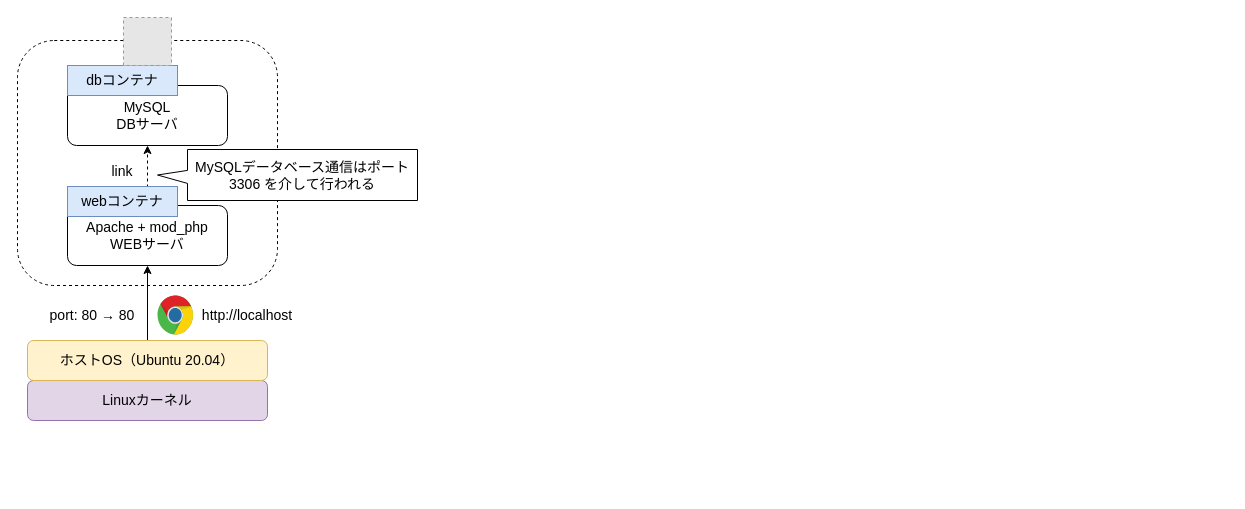
The draw.io diagram 02-docker/training/img/docker.drawio in amenoyoya/server-manual, before the edit. Source tidied: cells renumbered, new cells numbered last; positions are measured from the earlier drawing's top-left corner, leaving out a move shared by most shapes. Both pictures are drawn from the tidied source at 100%, with x=0, y=0 at pixel (17, 17). Pictures stored in the file or linked from it are replaced by grey dashed boxes.
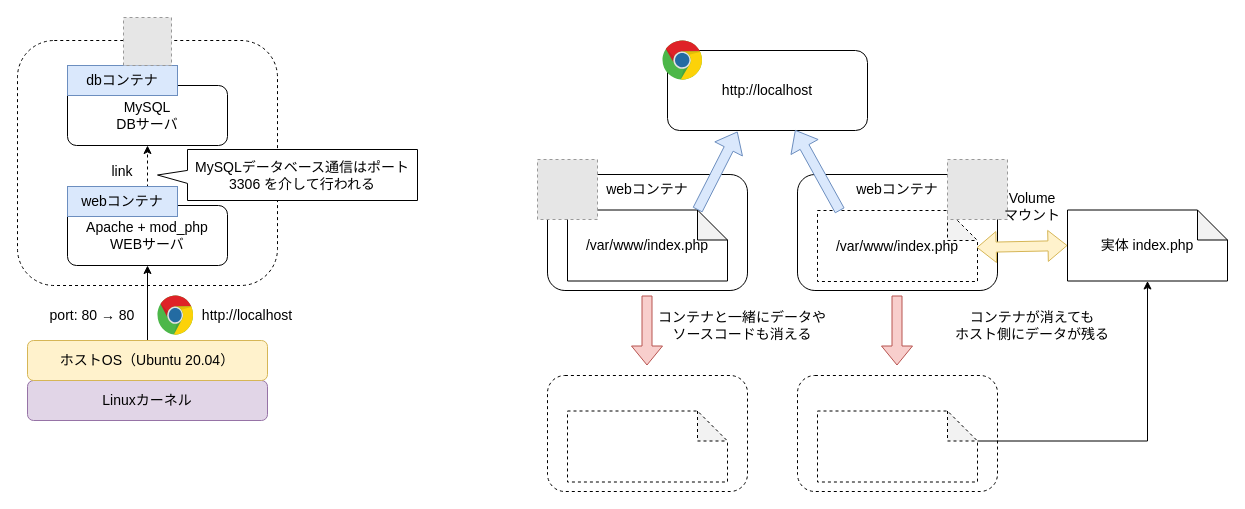
After the change.

Diff of the diagram source:
```diff
@@
+    <mxCell id="17" style="rounded=1;whiteSpace=wrap;html=1;" parent="1" vertex="1">
+      <mxGeometry x="530" y="157" width="200" height="116" as="geometry" />
+    </mxCell>
+    <mxCell id="18" value="webコンテナ" style="text;html=1;strokeColor=none;fillColor=none;align=center;verticalAlign=middle;whiteSpace=wrap;rounded=0;fontSize=14;" parent="1" vertex="1">
+      <mxGeometry x="575" y="157" width="110" height="30" as="geometry" />
+    </mxCell>
+    <mxCell id="19" value="/var/www/index.php" style="shape=note;whiteSpace=wrap;html=1;backgroundOutline=1;darkOpacity=0.05;fontSize=14;" parent="1" vertex="1">
+      <mxGeometry x="550" y="192.5" width="160" height="71" as="geometry" />
+    </mxCell>
+    <mxCell id="20" style="fillColor=#E6E6E6;strokeColor=#999999;dashed=1;html=1;verticalAlign=top;verticalLabelPosition=bottom;labelBackgroundColor=#ffffff;fontSize=14;" parent="1" vertex="1">
+      <mxGeometry x="520" y="142" width="60" height="60" as="geometry" />
+    </mxCell>
+    <mxCell id="21" style="rounded=1;whiteSpace=wrap;html=1;" parent="1" vertex="1">
+      <mxGeometry x="780" y="157" width="200" height="116" as="geometry" />
+    </mxCell>
+    <mxCell id="22" value="webコンテナ" style="text;html=1;strokeColor=none;fillColor=none;align=center;verticalAlign=middle;whiteSpace=wrap;rounded=0;fontSize=14;" parent="1" vertex="1">
+      <mxGeometry x="825" y="157" width="110" height="30" as="geometry" />
+    </mxCell>
+    <mxCell id="23" value="/var/www/index.php" style="shape=note;whiteSpace=wrap;html=1;backgroundOutline=1;darkOpacity=0.05;fontSize=14;dashed=1;" parent="1" vertex="1">
+      <mxGeometry x="800" y="193" width="160" height="71" as="geometry" />
+    </mxCell>
+    <mxCell id="24" style="fillColor=#E6E6E6;strokeColor=#999999;dashed=1;html=1;verticalAlign=top;verticalLabelPosition=bottom;labelBackgroundColor=#ffffff;fontSize=14;" parent="1" vertex="1">
+      <mxGeometry x="930" y="142" width="60" height="60" as="geometry" />
+    </mxCell>
+    <mxCell id="25" value="http://localhost" style="rounded=1;whiteSpace=wrap;html=1;fontSize=14;" parent="1" vertex="1">
+      <mxGeometry x="650" y="33" width="200" height="80" as="geometry" />
+    </mxCell>
+    <mxCell id="26" style="dashed=0;html=1;align=center;labelPosition=center;verticalLabelPosition=bottom;verticalAlign=top;shape=mxgraph.weblogos.chrome;fontSize=14;" parent="1" vertex="1">
+      <mxGeometry x="645" y="23" width="40" height="40" as="geometry" />
+    </mxCell>
+    <mxCell id="27" style="shape=flexArrow;endArrow=classic;html=1;fontSize=14;exitX=0;exitY=0;exitDx=130;exitDy=0;exitPerimeter=0;entryX=0.35;entryY=1.013;entryDx=0;entryDy=0;entryPerimeter=0;fillColor=#dae8fc;strokeColor=#6c8ebf;" parent="1" edge="1" source="19" target="25">
+      <mxGeometry relative="1" as="geometry" />
+    </mxCell>
+    <mxCell id="28" style="shape=flexArrow;endArrow=classic;html=1;fontSize=14;entryX=0.638;entryY=0.993;entryDx=0;entryDy=0;entryPerimeter=0;exitX=0.14;exitY=0.004;exitDx=0;exitDy=0;exitPerimeter=0;fillColor=#dae8fc;strokeColor=#6c8ebf;" parent="1" edge="1" source="23" target="25">
+      <mxGeometry relative="1" as="geometry" />
+    </mxCell>
+    <mxCell id="29" value="実体 index.php" style="shape=note;whiteSpace=wrap;html=1;backgroundOutline=1;darkOpacity=0.05;fontSize=14;" parent="1" vertex="1">
+      <mxGeometry x="1050" y="192.5" width="160" height="71" as="geometry" />
+    </mxCell>
+    <mxCell id="30" style="shape=flexArrow;endArrow=classic;startArrow=classic;html=1;fontSize=14;exitX=0.995;exitY=0.521;exitDx=0;exitDy=0;exitPerimeter=0;entryX=0;entryY=0.5;entryDx=0;entryDy=0;entryPerimeter=0;fillColor=#fff2cc;strokeColor=#d6b656;" parent="1" edge="1" source="23" target="29">
+      <mxGeometry relative="1" as="geometry" />
+    </mxCell>
+    <mxCell id="31" value="Volume&lt;br&gt;マウント" style="text;html=1;strokeColor=none;fillColor=none;align=center;verticalAlign=middle;whiteSpace=wrap;rounded=0;fontSize=14;" parent="1" vertex="1">
+      <mxGeometry x="980" y="157" width="70" height="64" as="geometry" />
+    </mxCell>
+    <mxCell id="32" style="rounded=1;whiteSpace=wrap;html=1;dashed=1;" parent="1" vertex="1">
+      <mxGeometry x="530" y="358" width="200" height="116" as="geometry" />
+    </mxCell>
+    <mxCell id="33" style="shape=note;whiteSpace=wrap;html=1;backgroundOutline=1;darkOpacity=0.05;fontSize=14;dashed=1;" parent="1" vertex="1">
+      <mxGeometry x="550" y="393.5" width="160" height="71" as="geometry" />
+    </mxCell>
+    <mxCell id="34" style="shape=flexArrow;endArrow=classic;html=1;fontSize=14;fillColor=#f8cecc;strokeColor=#b85450;" parent="1" edge="1">
+      <mxGeometry relative="1" as="geometry">
+        <mxPoint x="629.5" y="278" as="sourcePoint" />
+        <mxPoint x="629.5" y="348" as="targetPoint" />
+      </mxGeometry>
+    </mxCell>
+    <mxCell id="35" value="コンテナと一緒にデータやソースコードも消える" style="text;html=1;strokeColor=none;fillColor=none;align=center;verticalAlign=middle;whiteSpace=wrap;rounded=0;dashed=1;fontSize=14;" parent="1" vertex="1">
+      <mxGeometry x="640" y="283" width="170" height="50" as="geometry" />
+    </mxCell>
+    <mxCell id="36" style="rounded=1;whiteSpace=wrap;html=1;dashed=1;" parent="1" vertex="1">
+      <mxGeometry x="780" y="358" width="200" height="116" as="geometry" />
+    </mxCell>
+    <mxCell id="37" style="shape=note;whiteSpace=wrap;html=1;backgroundOutline=1;darkOpacity=0.05;fontSize=14;dashed=1;" parent="1" vertex="1">
+      <mxGeometry x="800" y="393.5" width="160" height="71" as="geometry" />
+    </mxCell>
+    <mxCell id="38" style="shape=flexArrow;endArrow=classic;html=1;fontSize=14;fillColor=#f8cecc;strokeColor=#b85450;" parent="1" edge="1">
+      <mxGeometry relative="1" as="geometry">
+        <mxPoint x="879.5" y="278" as="sourcePoint" />
+        <mxPoint x="879.5" y="348" as="targetPoint" />
+      </mxGeometry>
+    </mxCell>
+    <mxCell id="39" value="コンテナが消えても&lt;br&gt;ホスト側にデータが残る" style="text;html=1;strokeColor=none;fillColor=none;align=center;verticalAlign=middle;whiteSpace=wrap;rounded=0;dashed=1;fontSize=14;" parent="1" vertex="1">
+      <mxGeometry x="930" y="283" width="170" height="50" as="geometry" />
+    </mxCell>
+    <mxCell id="40" style="edgeStyle=orthogonalEdgeStyle;rounded=0;jettySize=auto;html=1;fontSize=14;exitX=0;exitY=0;exitDx=160;exitDy=30;exitPerimeter=0;" parent="1" edge="1" source="37" target="29">
+      <mxGeometry relative="1" as="geometry">
+        <Array as="points">
+          <mxPoint x="1130" y="424" />
+        </Array>
+      </mxGeometry>
+    </mxCell>
```
